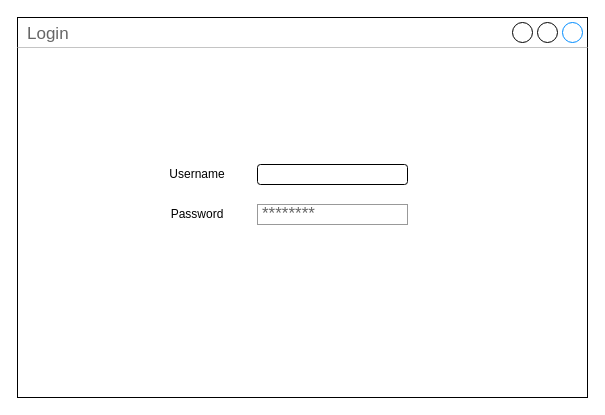
wowarjuna/ivod keeps this draw.io diagram as page "Login" (1 of 9) of Untitled Diagram.drawio. Above is the earlier version. Source tidied: cells renumbered, new cells numbered last; positions are measured from the earlier drawing's top-left corner, leaving out a move shared by most shapes. Both pictures are drawn from the tidied source at 100%, with x=0, y=0 at pixel (17, 17). Pictures stored in the file or linked from it are replaced by grey dashed boxes.
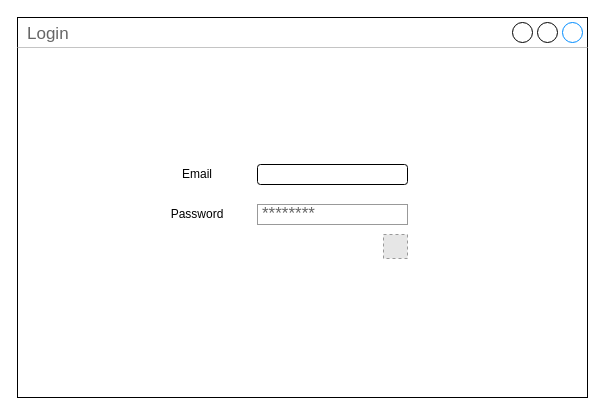
After the change.

What changed in the source:
```diff
@@
 <mxGraphModel>
   <root>
     <mxCell id="0" />
     <mxCell id="1" parent="0" />
     <mxCell id="2" value="Login&lt;br&gt;" style="strokeWidth=1;shadow=0;dashed=0;align=center;html=1;shape=mxgraph.mockup.containers.window;align=left;verticalAlign=top;spacingLeft=8;strokeColor2=#008cff;strokeColor3=#c4c4c4;fontColor=#666666;mainText=;fontSize=17;labelBackgroundColor=none;" parent="1" vertex="1">
       <mxGeometry width="570" height="380" as="geometry" />
     </mxCell>
     <mxCell id="3" style="rounded=1;whiteSpace=wrap;html=1;" parent="1" vertex="1">
       <mxGeometry x="240" y="147" width="150" height="20" as="geometry" />
     </mxCell>
-    <mxCell id="4" value="Username" style="text;html=1;strokeColor=none;fillColor=none;align=center;verticalAlign=middle;whiteSpace=wrap;rounded=0;" parent="1" vertex="1">
+    <mxCell id="4" value="Email" style="text;html=1;strokeColor=none;fillColor=none;align=center;verticalAlign=middle;whiteSpace=wrap;rounded=0;" parent="1" vertex="1">
       <mxGeometry x="160" y="147" width="40" height="20" as="geometry" />
     </mxCell>
     <mxCell id="5" value="Password&lt;br&gt;" style="text;html=1;strokeColor=none;fillColor=none;align=center;verticalAlign=middle;whiteSpace=wrap;rounded=0;" parent="1" vertex="1">
       <mxGeometry x="160" y="187" width="40" height="20" as="geometry" />
     </mxCell>
     <mxCell id="6" value="********" style="strokeWidth=1;shadow=0;dashed=0;align=center;html=1;shape=mxgraph.mockup.forms.pwField;strokeColor=#999999;mainText=;align=left;fontColor=#666666;fontSize=17;spacingLeft=3;" parent="1" vertex="1">
       <mxGeometry x="240" y="187" width="150" height="20" as="geometry" />
     </mxCell>
+    <mxCell id="7" style="fillColor=#E6E6E6;strokeColor=#999999;dashed=1;html=1;verticalAlign=top;verticalLabelPosition=bottom;labelBackgroundColor=#ffffff;" parent="1" vertex="1">
+      <mxGeometry x="366" y="217" width="24" height="24" as="geometry" />
+    </mxCell>
   </root>
 </mxGraphModel>
```
